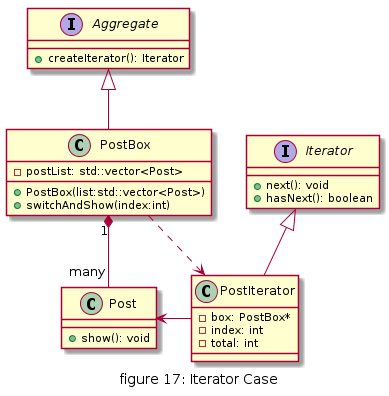
Above: doc/img/figure17_iterator_case.png in daileyet/designpattern4cplusplus (PlantUML), before the change.
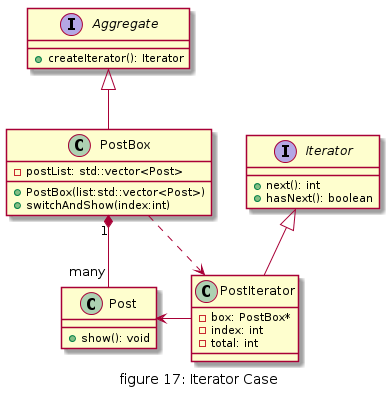
The same file after the commit.

Change to the diagram source:
```diff
@@ -6,7 +6,7 @@
 }
 
 interface Iterator{
-    + next(): void
+    + next(): int
     + hasNext(): boolean
 }
 
```
